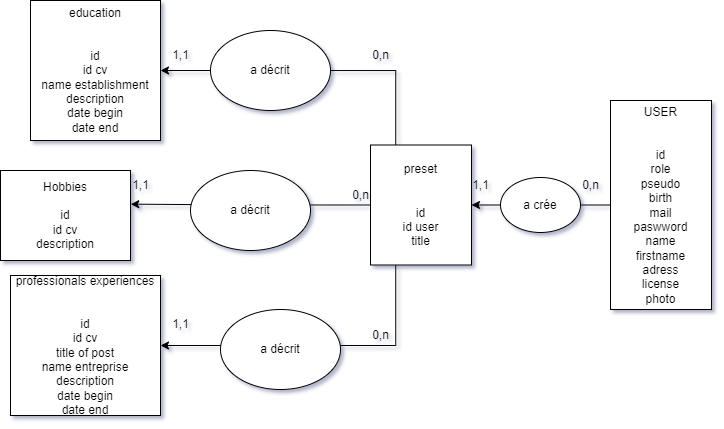
devilsc0d3/php_cv_generator keeps this draw.io diagram as src/mcd.png. Above is the earlier version. Source tidied: cells renumbered, new cells last; positions are measured from the earlier drawing's top-left corner, leaving out a move shared by most shapes.
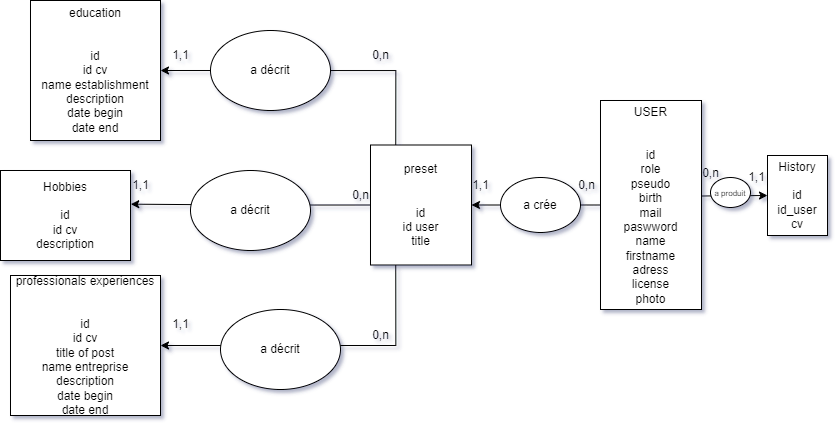
Above is the later version.

The edit, as a diff of the source:
```diff
@@ -6,7 +6,7 @@
       <mxGeometry relative="1" as="geometry" />
     </mxCell>
     <mxCell id="3" value="USER&lt;br&gt;&lt;br&gt;&lt;br&gt;id&lt;br&gt;role&lt;br&gt;pseudo&lt;br&gt;birth&lt;br&gt;mail&lt;br&gt;paswword&lt;br&gt;name&lt;br&gt;firstname&lt;br&gt;adress&lt;br&gt;license&lt;br&gt;photo" style="whiteSpace=wrap;html=1;" parent="1" vertex="1">
-      <mxGeometry x="610" y="100" width="101" height="209" as="geometry" />
+      <mxGeometry x="600" y="100" width="101" height="209" as="geometry" />
     </mxCell>
     <mxCell id="4" style="edgeStyle=orthogonalEdgeStyle;rounded=0;jettySize=auto;html=1;exitX=0.25;exitY=0;exitDx=0;exitDy=0;entryX=1;entryY=0.5;entryDx=0;entryDy=0;" parent="1" edge="1" source="6" target="7">
       <mxGeometry relative="1" as="geometry" />
@@ -33,7 +33,7 @@
       <mxGeometry x="460" y="170" width="40" height="30" as="geometry" />
     </mxCell>
     <mxCell id="12" value="0,n" style="text;html=1;align=center;verticalAlign=middle;strokeColor=none;fillColor=none;" parent="1" vertex="1">
-      <mxGeometry x="570" y="170" width="40" height="30" as="geometry" />
+      <mxGeometry x="566" y="170" width="40" height="30" as="geometry" />
     </mxCell>
     <mxCell id="13" value="1,1" style="text;html=1;align=center;verticalAlign=middle;strokeColor=none;fillColor=none;" parent="1" vertex="1">
       <mxGeometry x="160" y="40" width="40" height="30" as="geometry" />
@@ -65,5 +65,20 @@
     <mxCell id="22" value="a décrit" style="ellipse;whiteSpace=wrap;html=1;" parent="1" vertex="1">
       <mxGeometry x="220" y="309" width="120" height="80" as="geometry" />
     </mxCell>
+    <mxCell id="23" value="History&lt;br&gt;&lt;br&gt;id&lt;br&gt;id_user&lt;br&gt;cv" style="rounded=0;whiteSpace=wrap;html=1;" parent="1" vertex="1">
+      <mxGeometry x="767" y="155" width="60" height="80" as="geometry" />
+    </mxCell>
+    <mxCell id="24" style="endArrow=classic;html=1;rounded=0;entryX=0;entryY=0.5;entryDx=0;entryDy=0;exitX=1;exitY=0.457;exitDx=0;exitDy=0;exitPerimeter=0;" parent="1" edge="1" source="3" target="23">
+      <mxGeometry relative="1" as="geometry" />
+    </mxCell>
+    <mxCell id="25" value="&lt;font style=&quot;font-size: 8px;&quot;&gt;a produit&lt;/font&gt;" style="ellipse;whiteSpace=wrap;html=1;" parent="1" vertex="1">
+      <mxGeometry x="710" y="177" width="40" height="30" as="geometry" />
+    </mxCell>
+    <mxCell id="26" value="0,n" style="text;html=1;align=center;verticalAlign=middle;strokeColor=none;fillColor=none;" parent="1" vertex="1">
+      <mxGeometry x="690" y="158" width="40" height="30" as="geometry" />
+    </mxCell>
+    <mxCell id="27" value="1,1" style="text;html=1;align=center;verticalAlign=middle;strokeColor=none;fillColor=none;" parent="1" vertex="1">
+      <mxGeometry x="736" y="162" width="40" height="30" as="geometry" />
+    </mxCell>
   </root>
 </mxGraphModel>
```
